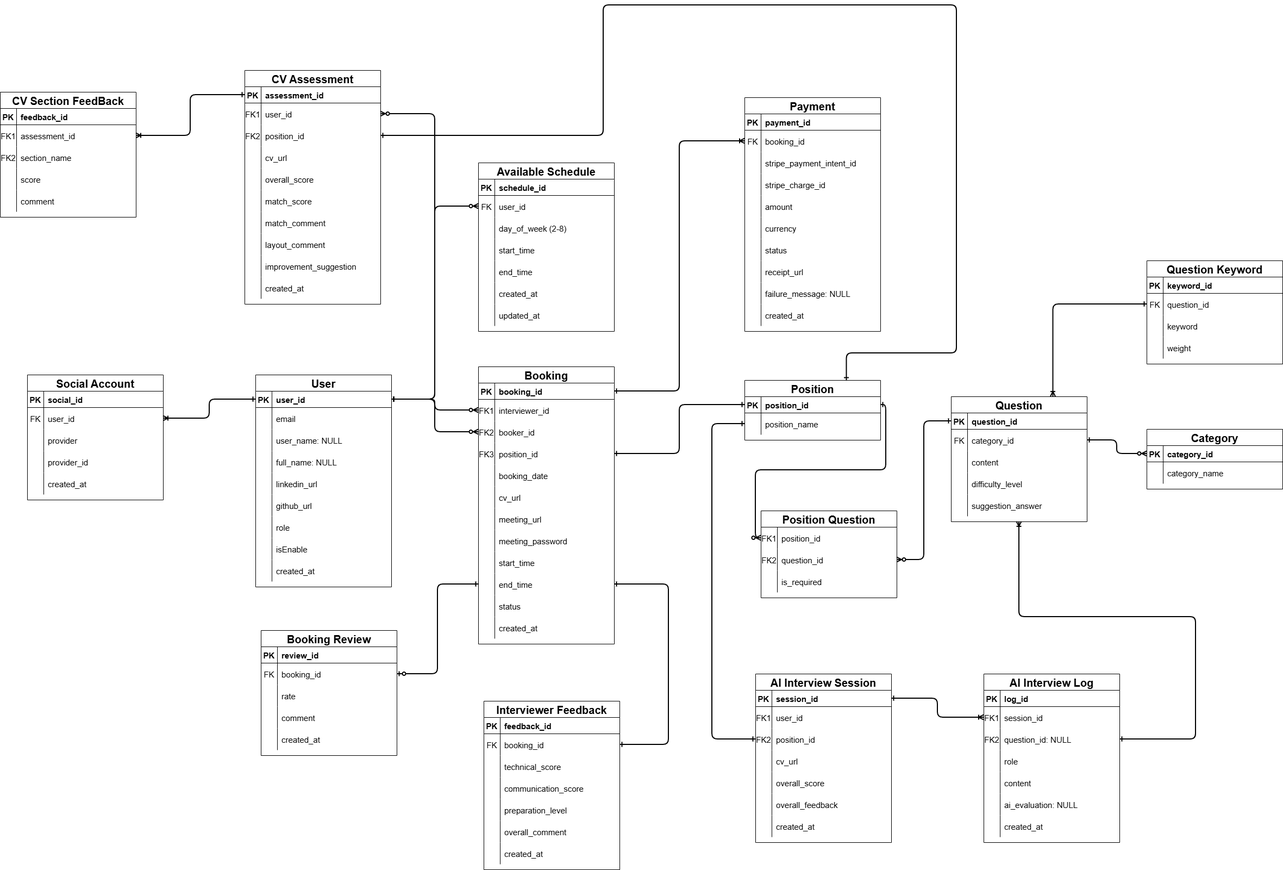
Before: docs/analysis_and_design/Database/Database picture.png, a diagram exported from draw.io (Quanbro07/SE-Master-Interview). Source tidied: cells renumbered, new cells last; positions are measured from the earlier drawing's top-left corner, leaving out a move shared by most shapes.
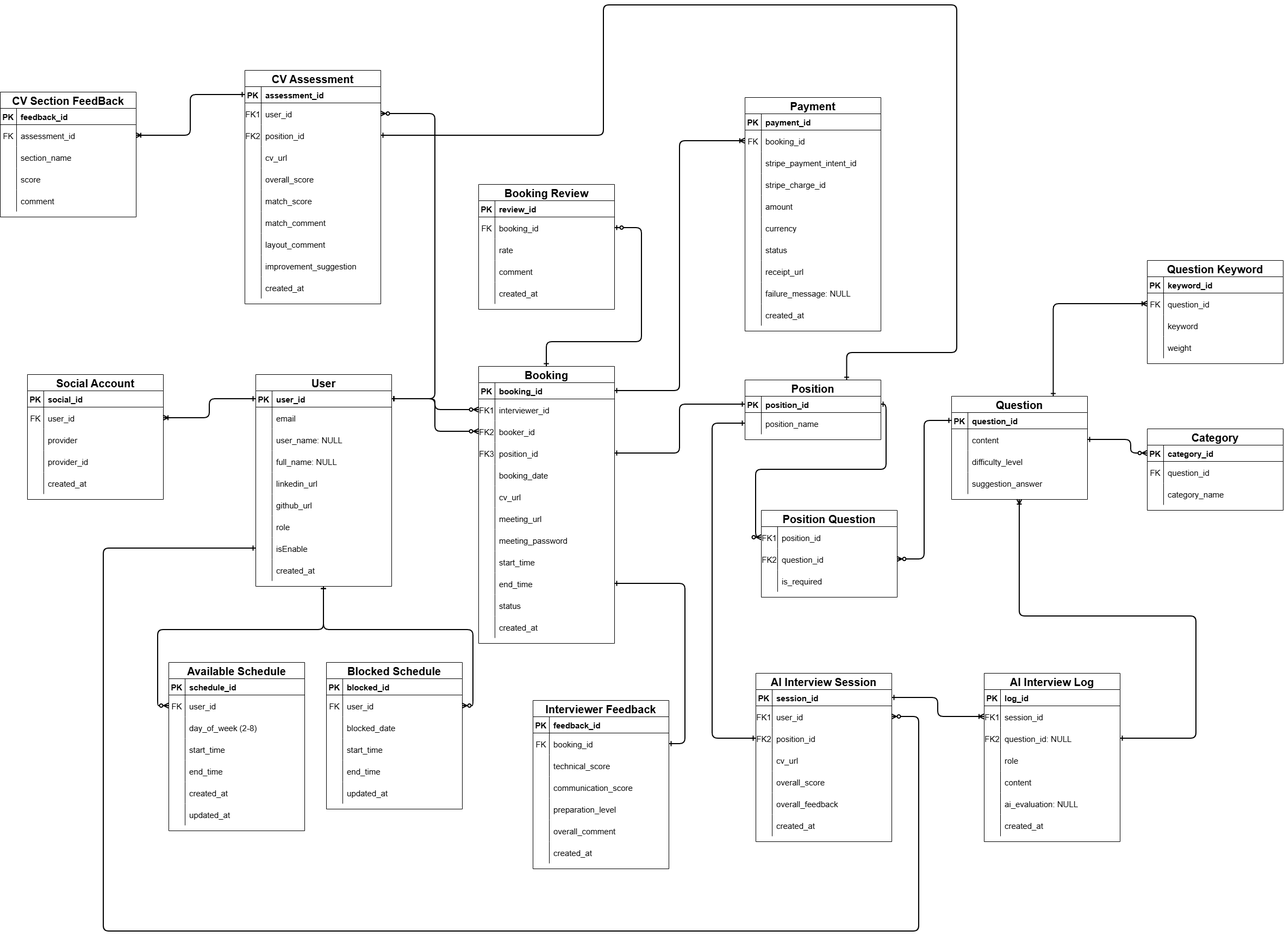
The same diagram one commit later.

What changed in the source:
```diff
@@ -138,7 +138,7 @@
       <mxGeometry x="30" width="220" height="40" as="geometry" />
     </mxCell>
     <mxCell id="47" value="Question" style="shape=table;startSize=30;rowLines=0;fontStyle=1;align=center;fontSize=20;" parent="1" vertex="1">
-      <mxGeometry x="1750" y="720" width="250" height="230" as="geometry" />
+      <mxGeometry x="1750" y="720" width="250" height="190" as="geometry" />
     </mxCell>
     <mxCell id="48" style="shape=partialRectangle;fillColor=none;points=[[0,0.5],[1,0.5]];portConstraint=eastwest;top=0;left=0;right=0;bottom=1;" parent="47" vertex="1">
       <mxGeometry y="30" width="250" height="30" as="geometry" />
@@ -149,17 +149,8 @@
     <mxCell id="50" value="question_id" style="shape=partialRectangle;overflow=hidden;fillColor=none;top=0;left=0;bottom=0;right=0;align=left;spacingLeft=6;fontStyle=1;fontSize=15;" parent="48" vertex="1">
       <mxGeometry x="30" width="220" height="30" as="geometry" />
     </mxCell>
-    <mxCell id="51" style="shape=partialRectangle;fillColor=none;points=[[0,0.5],[1,0.5]];portConstraint=eastwest;top=0;left=0;right=0;bottom=0;" parent="47" vertex="1">
-      <mxGeometry y="60" width="250" height="40" as="geometry" />
-    </mxCell>
-    <mxCell id="52" value="FK" style="shape=partialRectangle;overflow=hidden;fillColor=none;top=0;left=0;bottom=0;right=0;fontSize=15;" parent="51" vertex="1">
-      <mxGeometry width="30" height="40" as="geometry" />
-    </mxCell>
-    <mxCell id="53" value="category_id" style="shape=partialRectangle;overflow=hidden;fillColor=none;top=0;left=0;bottom=0;right=0;align=left;spacingLeft=6;fontSize=15;" parent="51" vertex="1">
-      <mxGeometry x="30" width="220" height="40" as="geometry" />
-    </mxCell>
     <mxCell id="54" style="shape=partialRectangle;fillColor=none;top=0;left=0;right=0;bottom=0;" parent="47" vertex="1">
-      <mxGeometry y="100" width="250" height="40" as="geometry" />
+      <mxGeometry y="60" width="250" height="40" as="geometry" />
     </mxCell>
     <mxCell id="55" style="shape=partialRectangle;overflow=hidden;fillColor=none;top=0;left=0;bottom=0;right=0;" parent="54" vertex="1">
       <mxGeometry width="30" height="40" as="geometry" />
@@ -168,7 +159,7 @@
       <mxGeometry x="30" width="220" height="40" as="geometry" />
     </mxCell>
     <mxCell id="57" style="shape=partialRectangle;fillColor=none;top=0;left=0;right=0;bottom=0;" parent="47" vertex="1">
-      <mxGeometry y="140" width="250" height="40" as="geometry" />
+      <mxGeometry y="100" width="250" height="40" as="geometry" />
     </mxCell>
     <mxCell id="58" style="shape=partialRectangle;overflow=hidden;fillColor=none;top=0;left=0;bottom=0;right=0;" parent="57" vertex="1">
       <mxGeometry width="30" height="40" as="geometry" />
@@ -177,7 +168,7 @@
       <mxGeometry x="30" width="220" height="40" as="geometry" />
     </mxCell>
     <mxCell id="60" style="shape=partialRectangle;fillColor=none;top=0;left=0;right=0;bottom=0;" parent="47" vertex="1">
-      <mxGeometry y="180" width="250" height="40" as="geometry" />
+      <mxGeometry y="140" width="250" height="40" as="geometry" />
     </mxCell>
     <mxCell id="61" style="shape=partialRectangle;overflow=hidden;fillColor=none;top=0;left=0;bottom=0;right=0;" parent="60" vertex="1">
       <mxGeometry width="30" height="40" as="geometry" />
@@ -186,7 +177,7 @@
       <mxGeometry x="30" width="220" height="40" as="geometry" />
     </mxCell>
     <mxCell id="63" value="Category" style="shape=table;startSize=30;rowLines=0;fontStyle=1;align=center;fontSize=20;" parent="1" vertex="1">
-      <mxGeometry x="2110" y="780" width="250" height="110" as="geometry" />
+      <mxGeometry x="2110" y="780" width="250" height="150" as="geometry" />
     </mxCell>
     <mxCell id="64" style="shape=partialRectangle;fillColor=none;points=[[0,0.5],[1,0.5]];portConstraint=eastwest;top=0;left=0;right=0;bottom=1;" parent="63" vertex="1">
       <mxGeometry y="30" width="250" height="30" as="geometry" />
@@ -200,12 +191,21 @@
     <mxCell id="67" style="shape=partialRectangle;fillColor=none;top=0;left=0;right=0;bottom=0;" parent="63" vertex="1">
       <mxGeometry y="60" width="250" height="40" as="geometry" />
     </mxCell>
-    <mxCell id="68" style="shape=partialRectangle;overflow=hidden;fillColor=none;top=0;left=0;bottom=0;right=0;" parent="67" vertex="1">
+    <mxCell id="68" value="FK" style="shape=partialRectangle;overflow=hidden;fillColor=none;top=0;left=0;bottom=0;right=0;fontSize=15;" parent="67" vertex="1">
       <mxGeometry width="30" height="40" as="geometry" />
     </mxCell>
-    <mxCell id="69" value="category_name" style="shape=partialRectangle;overflow=hidden;fillColor=none;top=0;left=0;bottom=0;right=0;align=left;spacingLeft=6;fontSize=15;" parent="67" vertex="1">
+    <mxCell id="69" value="question_id" style="shape=partialRectangle;overflow=hidden;fillColor=none;top=0;left=0;bottom=0;right=0;align=left;spacingLeft=6;fontSize=15;" parent="67" vertex="1">
       <mxGeometry x="30" width="220" height="40" as="geometry" />
     </mxCell>
+    <mxCell id="336" style="shape=partialRectangle;fillColor=none;top=0;left=0;right=0;bottom=0;" parent="63" vertex="1">
+      <mxGeometry y="100" width="250" height="40" as="geometry" />
+    </mxCell>
+    <mxCell id="337" style="shape=partialRectangle;overflow=hidden;fillColor=none;top=0;left=0;bottom=0;right=0;" parent="336" vertex="1">
+      <mxGeometry width="30" height="40" as="geometry" />
+    </mxCell>
+    <mxCell id="338" value="category_name" style="shape=partialRectangle;overflow=hidden;fillColor=none;top=0;left=0;bottom=0;right=0;align=left;spacingLeft=6;fontSize=15;" parent="336" vertex="1">
+      <mxGeometry x="30" width="220" height="40" as="geometry" />
+    </mxCell>
     <mxCell id="70" value="Position" style="shape=table;startSize=30;rowLines=0;fontStyle=1;align=center;fontSize=20;" parent="1" vertex="1">
       <mxGeometry x="1370" y="690" width="250" height="110" as="geometry" />
     </mxCell>
@@ -257,14 +257,20 @@
     <mxCell id="86" value="is_required" style="shape=partialRectangle;overflow=hidden;fillColor=none;top=0;left=0;bottom=0;right=0;align=left;spacingLeft=6;fontSize=15;" parent="84" vertex="1">
       <mxGeometry x="30" width="220" height="40" as="geometry" />
     </mxCell>
-    <mxCell id="87" style="endArrow=ERzeroToMany;startArrow=ERone;endFill=1;startFill=0;exitX=1;exitY=0.5;exitDx=0;exitDy=0;entryX=0;entryY=0.5;entryDx=0;entryDy=0;edgeStyle=orthogonalEdgeStyle;strokeWidth=2;" parent="1" edge="1" source="51" target="64">
-      <mxGeometry relative="1" as="geometry" />
+    <mxCell id="87" style="endArrow=ERzeroToMany;startArrow=ERone;endFill=1;startFill=0;exitX=1;exitY=0.5;exitDx=0;exitDy=0;entryX=0;entryY=0.5;entryDx=0;entryDy=0;edgeStyle=orthogonalEdgeStyle;strokeWidth=2;" parent="1" edge="1" target="64">
+      <mxGeometry relative="1" as="geometry">
+        <mxPoint x="2000" y="800" as="sourcePoint" />
+        <Array as="points">
+          <mxPoint x="2080" y="800" />
+          <mxPoint x="2080" y="825" />
+        </Array>
+      </mxGeometry>
     </mxCell>
     <mxCell id="88" style="endArrow=ERone;startArrow=ERoneToMany;endFill=0;startFill=0;exitX=1;exitY=0.5;exitDx=0;exitDy=0;entryX=0;entryY=0.5;entryDx=0;entryDy=0;edgeStyle=orthogonalEdgeStyle;strokeWidth=2;" parent="1" edge="1" source="35" target="4">
       <mxGeometry relative="1" as="geometry" />
     </mxCell>
     <mxCell id="89" value="Available Schedule" style="shape=table;startSize=30;rowLines=0;fontStyle=1;align=center;fontSize=20;" parent="1" vertex="1">
-      <mxGeometry x="880" y="290" width="250" height="310" as="geometry" />
+      <mxGeometry x="310" y="1210" width="250" height="310" as="geometry" />
     </mxCell>
     <mxCell id="90" style="shape=partialRectangle;fillColor=none;top=0;left=0;right=0;bottom=1;" parent="89" vertex="1">
       <mxGeometry y="30" width="250" height="30" as="geometry" />
@@ -449,11 +455,12 @@
     <mxCell id="150" style="endArrow=ERone;startArrow=ERzeroToMany;endFill=0;startFill=0;exitX=0;exitY=0.5;exitDx=0;exitDy=0;edgeStyle=orthogonalEdgeStyle;strokeWidth=2;entryX=1;entryY=0.5;entryDx=0;entryDy=0;" parent="1" edge="1" source="118" target="4">
       <mxGeometry relative="1" as="geometry" />
     </mxCell>
-    <mxCell id="151" style="endArrow=ERone;startArrow=ERzeroToMany;endFill=0;startFill=0;exitX=0;exitY=0.5;exitDx=0;exitDy=0;edgeStyle=orthogonalEdgeStyle;strokeWidth=2;entryX=1;entryY=0.5;entryDx=0;entryDy=0;" parent="1" edge="1" source="93" target="4">
+    <mxCell id="151" style="endArrow=ERone;startArrow=ERzeroToMany;endFill=0;startFill=0;exitX=0;exitY=0.5;exitDx=0;exitDy=0;edgeStyle=orthogonalEdgeStyle;strokeWidth=2;entryX=0.5;entryY=1;entryDx=0;entryDy=0;" parent="1" edge="1" source="93" target="3">
       <mxGeometry relative="1" as="geometry">
         <Array as="points">
-          <mxPoint x="800" y="370" />
-          <mxPoint x="800" y="725" />
+          <mxPoint x="290" y="1290" />
+          <mxPoint x="290" y="1150" />
+          <mxPoint x="595" y="1150" />
         </Array>
       </mxGeometry>
     </mxCell>
@@ -557,7 +564,7 @@
       <mxGeometry relative="1" as="geometry" />
     </mxCell>
     <mxCell id="185" value="Booking Review" style="shape=table;startSize=30;rowLines=0;fontStyle=1;align=center;fontSize=20;" parent="1" vertex="1">
-      <mxGeometry x="480" y="1150" width="250" height="230" as="geometry" />
+      <mxGeometry x="880" y="330" width="250" height="230" as="geometry" />
     </mxCell>
     <mxCell id="186" style="shape=partialRectangle;fillColor=none;top=0;left=0;right=0;bottom=1;" parent="185" vertex="1">
       <mxGeometry y="30" width="250" height="30" as="geometry" />
@@ -670,8 +677,14 @@
     <mxCell id="222" value="created_at" style="shape=partialRectangle;overflow=hidden;fillColor=none;top=0;left=0;bottom=0;right=0;align=left;spacingLeft=6;fontSize=15;" parent="220" vertex="1">
       <mxGeometry x="30" width="220" height="40" as="geometry" />
     </mxCell>
-    <mxCell id="223" style="endArrow=ERone;startArrow=ERzeroToOne;endFill=0;startFill=0;exitX=1;exitY=0.5;exitDx=0;exitDy=0;entryX=0;entryY=0.5;entryDx=0;entryDy=0;edgeStyle=orthogonalEdgeStyle;strokeWidth=2;" parent="1" edge="1" source="189" target="139">
-      <mxGeometry relative="1" as="geometry" />
+    <mxCell id="223" style="endArrow=ERone;startArrow=ERzeroToOne;endFill=0;startFill=0;exitX=1;exitY=0.5;exitDx=0;exitDy=0;entryX=0.5;entryY=0;entryDx=0;entryDy=0;edgeStyle=orthogonalEdgeStyle;strokeWidth=2;" parent="1" edge="1" source="189" target="111">
+      <mxGeometry relative="1" as="geometry">
+        <Array as="points">
+          <mxPoint x="1180" y="410" />
+          <mxPoint x="1180" y="620" />
+          <mxPoint x="1005" y="620" />
+        </Array>
+      </mxGeometry>
     </mxCell>
     <mxCell id="224" value="AI Interview Log" style="shape=table;startSize=30;rowLines=0;fontStyle=1;align=center;fontSize=20;" parent="1" vertex="1">
       <mxGeometry x="1810" y="1230" width="250" height="310" as="geometry" />
@@ -760,7 +773,7 @@
       </mxGeometry>
     </mxCell>
     <mxCell id="249" value="Interviewer Feedback" style="shape=table;startSize=30;rowLines=0;fontStyle=1;align=center;fontSize=20;" parent="1" vertex="1">
-      <mxGeometry x="890" y="1280" width="250" height="310" as="geometry" />
+      <mxGeometry x="980" y="1280" width="250" height="310" as="geometry" />
     </mxCell>
     <mxCell id="250" style="shape=partialRectangle;fillColor=none;top=0;left=0;right=0;bottom=1;" parent="249" vertex="1">
       <mxGeometry y="30" width="250" height="30" as="geometry" />
@@ -828,8 +841,8 @@
     <mxCell id="271" style="endArrow=ERone;startArrow=ERone;endFill=0;startFill=0;exitX=1;exitY=0.5;exitDx=0;exitDy=0;entryX=1;entryY=0.5;entryDx=0;entryDy=0;edgeStyle=orthogonalEdgeStyle;strokeWidth=2;" parent="1" edge="1" source="253" target="139">
       <mxGeometry relative="1" as="geometry">
         <Array as="points">
-          <mxPoint x="1230" y="1360" />
-          <mxPoint x="1230" y="1065" />
+          <mxPoint x="1260" y="1360" />
+          <mxPoint x="1260" y="1065" />
         </Array>
       </mxGeometry>
     </mxCell>
@@ -941,7 +954,7 @@
     <mxCell id="307" style="shape=partialRectangle;fillColor=none;points=[[0,0.5],[1,0.5]];portConstraint=eastwest;top=0;left=0;right=0;bottom=0;" parent="303" vertex="1">
       <mxGeometry y="60" width="250" height="40" as="geometry" />
     </mxCell>
-    <mxCell id="308" value="FK1" style="shape=partialRectangle;overflow=hidden;fillColor=none;top=0;left=0;bottom=0;right=0;fontSize=15;" parent="307" vertex="1">
+    <mxCell id="308" value="FK" style="shape=partialRectangle;overflow=hidden;fillColor=none;top=0;left=0;bottom=0;right=0;fontSize=15;" parent="307" vertex="1">
       <mxGeometry width="30" height="40" as="geometry" />
     </mxCell>
     <mxCell id="309" value="assessment_id" style="shape=partialRectangle;overflow=hidden;fillColor=none;top=0;left=0;bottom=0;right=0;align=left;spacingLeft=6;fontSize=15;" parent="307" vertex="1">
@@ -950,7 +963,7 @@
     <mxCell id="310" style="shape=partialRectangle;fillColor=none;top=0;left=0;right=0;bottom=0;" parent="303" vertex="1">
       <mxGeometry y="100" width="250" height="40" as="geometry" />
     </mxCell>
-    <mxCell id="311" value="FK2" style="shape=partialRectangle;overflow=hidden;fillColor=none;top=0;left=0;bottom=0;right=0;fontSize=15;" parent="310" vertex="1">
+    <mxCell id="311" style="shape=partialRectangle;overflow=hidden;fillColor=none;top=0;left=0;bottom=0;right=0;fontSize=15;" parent="310" vertex="1">
       <mxGeometry width="30" height="40" as="geometry" />
     </mxCell>
     <mxCell id="312" value="section_name" style="shape=partialRectangle;overflow=hidden;fillColor=none;top=0;left=0;bottom=0;right=0;align=left;spacingLeft=6;fontSize=15;" parent="310" vertex="1">
@@ -1035,8 +1048,84 @@
     <mxCell id="334" value="weight" style="shape=partialRectangle;overflow=hidden;fillColor=none;top=0;left=0;bottom=0;right=0;align=left;spacingLeft=6;fontSize=15;" parent="332" vertex="1">
       <mxGeometry x="30" width="220" height="40" as="geometry" />
     </mxCell>
-    <mxCell id="335" style="endArrow=ERoneToMany;startArrow=ERone;endFill=0;startFill=0;exitX=0;exitY=0.5;exitDx=0;exitDy=0;entryX=0.75;entryY=0;entryDx=0;entryDy=0;edgeStyle=orthogonalEdgeStyle;strokeWidth=2;" parent="1" edge="1" source="326" target="47">
+    <mxCell id="335" style="endArrow=ERone;startArrow=ERoneToMany;endFill=0;startFill=0;exitX=0;exitY=0.5;exitDx=0;exitDy=0;entryX=0.75;entryY=0;entryDx=0;entryDy=0;edgeStyle=orthogonalEdgeStyle;strokeWidth=2;" parent="1" edge="1" source="326" target="47">
       <mxGeometry relative="1" as="geometry" />
     </mxCell>
+    <mxCell id="339" style="endArrow=ERzeroToMany;startArrow=ERone;endFill=0;startFill=0;exitX=0;exitY=0.5;exitDx=0;exitDy=0;entryX=1;entryY=0.5;entryDx=0;entryDy=0;edgeStyle=orthogonalEdgeStyle;strokeWidth=2;" parent="1" edge="1" source="25" target="205">
+      <mxGeometry relative="1" as="geometry">
+        <Array as="points">
+          <mxPoint x="190" y="1000" />
+          <mxPoint x="190" y="1705" />
+          <mxPoint x="1690" y="1705" />
+          <mxPoint x="1690" y="1310" />
+        </Array>
+      </mxGeometry>
+    </mxCell>
+    <mxCell id="340" value="Blocked Schedule" style="shape=table;startSize=30;rowLines=0;fontStyle=1;align=center;fontSize=20;" parent="1" vertex="1">
+      <mxGeometry x="600" y="1210" width="250" height="270" as="geometry" />
+    </mxCell>
+    <mxCell id="341" style="shape=partialRectangle;fillColor=none;top=0;left=0;right=0;bottom=1;" parent="340" vertex="1">
+      <mxGeometry y="30" width="250" height="30" as="geometry" />
+    </mxCell>
+    <mxCell id="342" value="PK" style="shape=partialRectangle;overflow=hidden;fillColor=none;top=0;left=0;bottom=0;right=0;fontStyle=1;fontSize=15;" parent="341" vertex="1">
+      <mxGeometry width="30" height="30" as="geometry" />
+    </mxCell>
+    <mxCell id="343" value="blocked_id" style="shape=partialRectangle;overflow=hidden;fillColor=none;top=0;left=0;bottom=0;right=0;align=left;spacingLeft=6;fontStyle=1;fontSize=15;" parent="341" vertex="1">
+      <mxGeometry x="30" width="220" height="30" as="geometry" />
+    </mxCell>
+    <mxCell id="51" style="shape=partialRectangle;fillColor=none;points=[[0,0.5],[1,0.5]];portConstraint=eastwest;top=0;left=0;right=0;bottom=0;" parent="340" vertex="1">
+      <mxGeometry y="60" width="250" height="40" as="geometry" />
+    </mxCell>
+    <mxCell id="52" value="FK" style="shape=partialRectangle;overflow=hidden;fillColor=none;top=0;left=0;bottom=0;right=0;fontSize=15;" parent="51" vertex="1">
+      <mxGeometry width="30" height="40" as="geometry" />
+    </mxCell>
+    <mxCell id="344" value="user_id" style="shape=partialRectangle;overflow=hidden;fillColor=none;top=0;left=0;bottom=0;right=0;align=left;spacingLeft=6;fontSize=15;" parent="51" vertex="1">
+      <mxGeometry x="30" width="220" height="40" as="geometry" />
+    </mxCell>
+    <mxCell id="345" style="shape=partialRectangle;fillColor=none;top=0;left=0;right=0;bottom=0;" parent="340" vertex="1">
+      <mxGeometry y="100" width="250" height="40" as="geometry" />
+    </mxCell>
+    <mxCell id="346" style="shape=partialRectangle;overflow=hidden;fillColor=none;top=0;left=0;bottom=0;right=0;" parent="345" vertex="1">
+      <mxGeometry width="30" height="40" as="geometry" />
+    </mxCell>
+    <mxCell id="347" value="blocked_date" style="shape=partialRectangle;overflow=hidden;fillColor=none;top=0;left=0;bottom=0;right=0;align=left;spacingLeft=6;fontSize=15;" parent="345" vertex="1">
+      <mxGeometry x="30" width="220" height="40" as="geometry" />
+    </mxCell>
+    <mxCell id="348" style="shape=partialRectangle;fillColor=none;top=0;left=0;right=0;bottom=0;" parent="340" vertex="1">
+      <mxGeometry y="140" width="250" height="40" as="geometry" />
+    </mxCell>
+    <mxCell id="349" style="shape=partialRectangle;overflow=hidden;fillColor=none;top=0;left=0;bottom=0;right=0;" parent="348" vertex="1">
+      <mxGeometry width="30" height="40" as="geometry" />
+    </mxCell>
+    <mxCell id="350" value="start_time" style="shape=partialRectangle;overflow=hidden;fillColor=none;top=0;left=0;bottom=0;right=0;align=left;spacingLeft=6;fontSize=15;" parent="348" vertex="1">
+      <mxGeometry x="30" width="220" height="40" as="geometry" />
+    </mxCell>
+    <mxCell id="351" style="shape=partialRectangle;fillColor=none;top=0;left=0;right=0;bottom=0;" parent="340" vertex="1">
+      <mxGeometry y="180" width="250" height="40" as="geometry" />
+    </mxCell>
+    <mxCell id="352" style="shape=partialRectangle;overflow=hidden;fillColor=none;top=0;left=0;bottom=0;right=0;" parent="351" vertex="1">
+      <mxGeometry width="30" height="40" as="geometry" />
+    </mxCell>
+    <mxCell id="353" value="end_time" style="shape=partialRectangle;overflow=hidden;fillColor=none;top=0;left=0;bottom=0;right=0;align=left;spacingLeft=6;fontSize=15;" parent="351" vertex="1">
+      <mxGeometry x="30" width="220" height="40" as="geometry" />
+    </mxCell>
+    <mxCell id="354" style="shape=partialRectangle;fillColor=none;top=0;left=0;right=0;bottom=0;" parent="340" vertex="1">
+      <mxGeometry y="220" width="250" height="40" as="geometry" />
+    </mxCell>
+    <mxCell id="355" style="shape=partialRectangle;overflow=hidden;fillColor=none;top=0;left=0;bottom=0;right=0;" parent="354" vertex="1">
+      <mxGeometry width="30" height="40" as="geometry" />
+    </mxCell>
+    <mxCell id="356" value="updated_at" style="shape=partialRectangle;overflow=hidden;fillColor=none;top=0;left=0;bottom=0;right=0;align=left;spacingLeft=6;fontSize=15;" parent="354" vertex="1">
+      <mxGeometry x="30" width="220" height="40" as="geometry" />
+    </mxCell>
+    <mxCell id="357" style="endArrow=ERone;startArrow=ERzeroToMany;endFill=0;startFill=0;exitX=1;exitY=0.5;exitDx=0;exitDy=0;edgeStyle=orthogonalEdgeStyle;strokeWidth=2;entryX=0.5;entryY=1;entryDx=0;entryDy=0;" parent="1" edge="1" source="51" target="3">
+      <mxGeometry relative="1" as="geometry">
+        <Array as="points">
+          <mxPoint x="870" y="1290" />
+          <mxPoint x="870" y="1150" />
+          <mxPoint x="595" y="1150" />
+        </Array>
+      </mxGeometry>
+    </mxCell>
   </root>
 </mxGraphModel>
```
